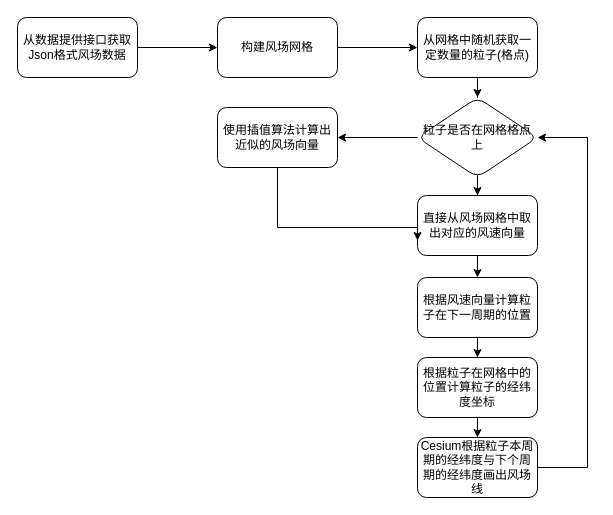
Above: particle-draw.drawio in xiangsanliu/drawio (draw.io), before the change. Source tidied: cells renumbered, new cells numbered last; positions are measured from the earlier drawing's top-left corner, leaving out a move shared by most shapes. Both pictures are drawn from the tidied source at 100%, with x=0, y=0 at pixel (17, 17).
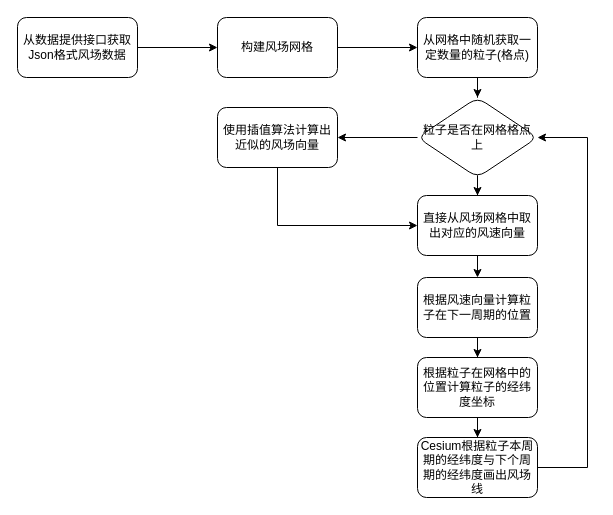
The same page after the edit.

The change refers to these unchanged cells:
```xml
<mxCell id="12" value="直接从风场网格中取出对应的风速向量" style="whiteSpace=wrap;html=1;rounded=1;" parent="1" vertex="1">
  <mxGeometry x="400" y="178" width="120" height="60" as="geometry" />
</mxCell>
<mxCell id="20" value="使用插值算法计算出近似的风场向量" style="whiteSpace=wrap;html=1;rounded=1;" parent="1" vertex="1">
  <mxGeometry x="200" y="90" width="120" height="60" as="geometry" />
</mxCell>
```

Change to the diagram source:
```diff
@@
-    <mxCell id="19" style="edgeStyle=orthogonalEdgeStyle;rounded=0;jettySize=auto;html=1;entryX=0;entryY=0.75;entryDx=0;entryDy=0;" parent="1" edge="1" source="20" target="12">
+    <mxCell id="19" style="edgeStyle=orthogonalEdgeStyle;rounded=0;jettySize=auto;html=1;entryX=0;entryY=0.5;entryDx=0;entryDy=0;" parent="1" edge="1" source="20" target="12">
       <mxGeometry relative="1" as="geometry">
         <Array as="points">
-          <mxPoint x="260" y="210" />
-          <mxPoint x="400" y="210" />
+          <mxPoint x="260" y="208" />
         </Array>
       </mxGeometry>
     </mxCell>
```
